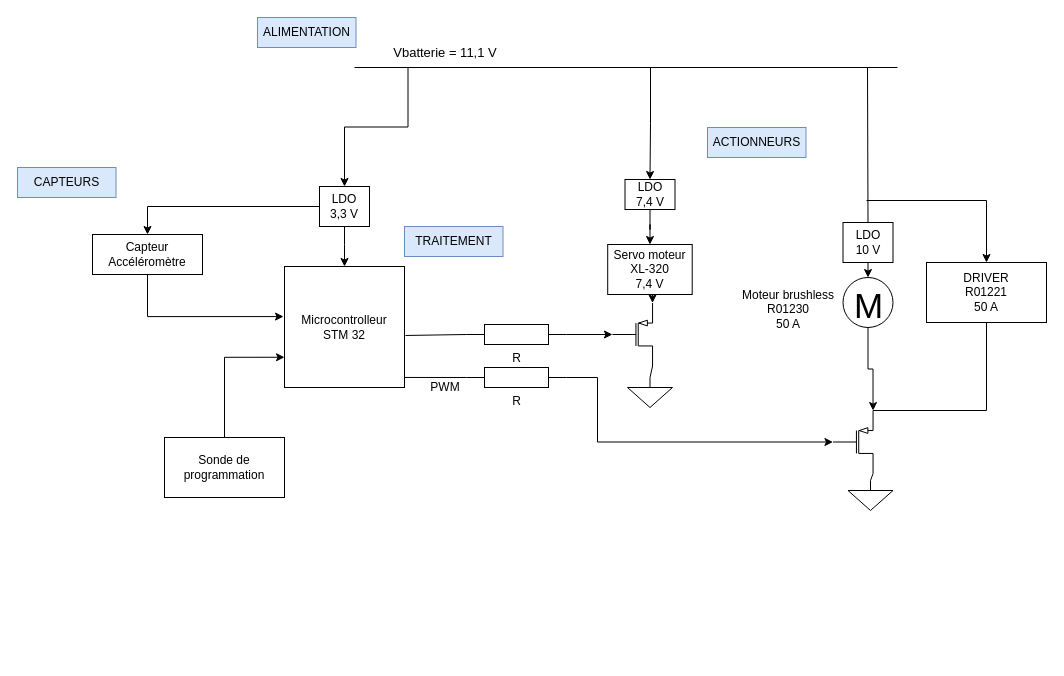
This is Hardware/Schéma Hardaware.drawio from RayenENSEA/DRAGSTER, a draw.io file, before an edit. Source tidied: cells renumbered, new cells numbered last; positions are measured from the earlier drawing's top-left corner, leaving out a move shared by most shapes. Both pictures are drawn from the tidied source at 100%, with x=0, y=0 at pixel (17, 17).
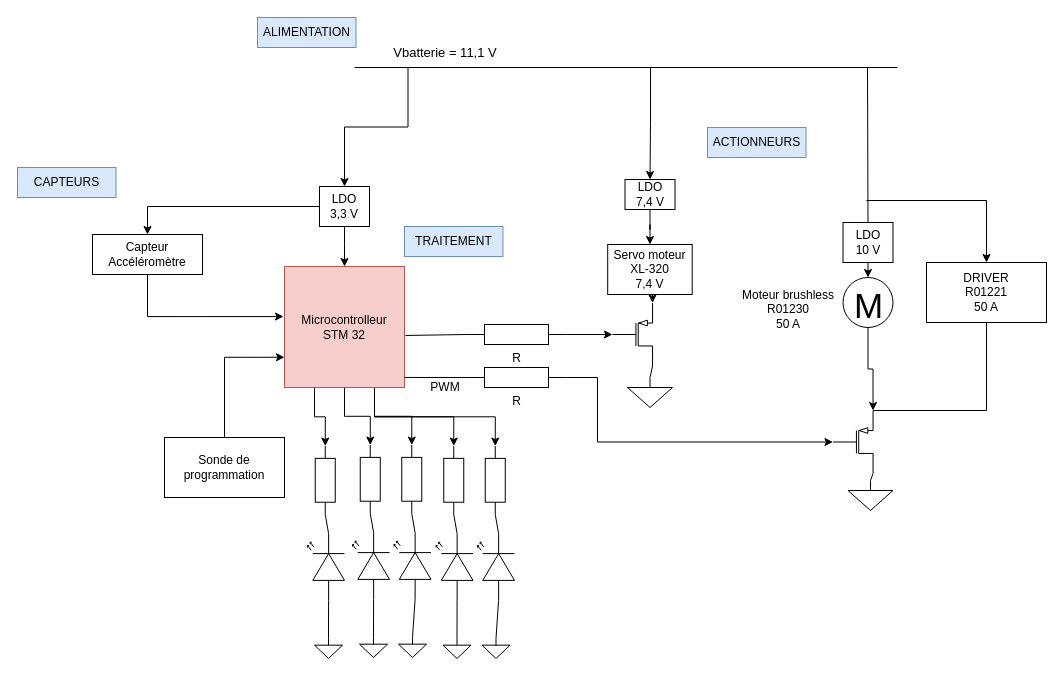
The same diagram, later.

Commit message:
Mettre à jour Schéma Hardaware.drawio

The edit, as a diff of the source:
```diff
@@
+    <mxCell id="44" style="edgeStyle=orthogonalEdgeStyle;rounded=0;jettySize=auto;html=1;entryX=0;entryY=0.5;entryDx=0;entryDy=0;entryPerimeter=0;" parent="1" edge="1" source="8" target="51">
+      <mxGeometry relative="1" as="geometry" />
+    </mxCell>
+    <mxCell id="45" style="edgeStyle=orthogonalEdgeStyle;rounded=0;jettySize=auto;html=1;exitX=0.75;exitY=1;exitDx=0;exitDy=0;entryX=0;entryY=0.5;entryDx=0;entryDy=0;entryPerimeter=0;" parent="1" edge="1" source="8" target="52">
+      <mxGeometry relative="1" as="geometry" />
+    </mxCell>
+    <mxCell id="46" style="edgeStyle=orthogonalEdgeStyle;rounded=0;jettySize=auto;html=1;exitX=0.25;exitY=1;exitDx=0;exitDy=0;entryX=0;entryY=0.5;entryDx=0;entryDy=0;entryPerimeter=0;" parent="1" edge="1" source="8" target="70">
+      <mxGeometry relative="1" as="geometry" />
+    </mxCell>
+    <mxCell id="47" style="edgeStyle=orthogonalEdgeStyle;rounded=0;jettySize=auto;html=1;exitX=0.75;exitY=1;exitDx=0;exitDy=0;entryX=0;entryY=0.5;entryDx=0;entryDy=0;entryPerimeter=0;" parent="1" edge="1" source="8" target="61">
+      <mxGeometry relative="1" as="geometry" />
+    </mxCell>
+    <mxCell id="48" style="edgeStyle=orthogonalEdgeStyle;rounded=0;jettySize=auto;html=1;exitX=0.75;exitY=1;exitDx=0;exitDy=0;entryX=0;entryY=0.5;entryDx=0;entryDy=0;entryPerimeter=0;" parent="1" edge="1" source="8" target="62">
+      <mxGeometry relative="1" as="geometry" />
+    </mxCell>
-    <mxCell id="8" value="Microcontrolleur&lt;br&gt;STM 32" style="rounded=0;whiteSpace=wrap;html=1;" parent="1" vertex="1">
+    <mxCell id="8" value="Microcontrolleur&lt;br&gt;STM 32" style="rounded=0;whiteSpace=wrap;html=1;fillColor=#f8cecc;strokeColor=#b85450;" parent="1" vertex="1">
       <mxGeometry x="267" y="249" width="120" height="121" as="geometry" />
     </mxCell>
@@
+    <mxCell id="49" style="verticalLabelPosition=bottom;shadow=0;dashed=0;align=center;html=1;verticalAlign=top;shape=mxgraph.electrical.opto_electronics.led_2;rotation=-90;" parent="1" vertex="1">
+      <mxGeometry x="320" y="530" width="67" height="37" as="geometry" />
+    </mxCell>
+    <mxCell id="50" style="verticalLabelPosition=bottom;shadow=0;dashed=0;align=center;html=1;verticalAlign=top;shape=mxgraph.electrical.opto_electronics.led_2;rotation=-90;" parent="1" vertex="1">
+      <mxGeometry x="361.5" y="530" width="67" height="37" as="geometry" />
+    </mxCell>
+    <mxCell id="51" style="verticalLabelPosition=bottom;shadow=0;dashed=0;align=center;html=1;verticalAlign=top;shape=mxgraph.electrical.resistors.resistor_1;rotation=90;" parent="1" vertex="1">
+      <mxGeometry x="318.5" y="451.8" width="68.5" height="20" as="geometry" />
+    </mxCell>
+    <mxCell id="52" style="verticalLabelPosition=bottom;shadow=0;dashed=0;align=center;html=1;verticalAlign=top;shape=mxgraph.electrical.resistors.resistor_1;rotation=90;" parent="1" vertex="1">
+      <mxGeometry x="360" y="451.8" width="68.5" height="20" as="geometry" />
+    </mxCell>
+    <mxCell id="53" style="verticalLabelPosition=bottom;shadow=0;dashed=0;align=center;html=1;verticalAlign=top;shape=mxgraph.electrical.signal_sources.signal_ground;" parent="1" vertex="1">
+      <mxGeometry x="342" y="620" width="28" height="20" as="geometry" />
+    </mxCell>
+    <mxCell id="54" style="verticalLabelPosition=bottom;shadow=0;dashed=0;align=center;html=1;verticalAlign=top;shape=mxgraph.electrical.signal_sources.signal_ground;" parent="1" vertex="1">
+      <mxGeometry x="381" y="620" width="28" height="20" as="geometry" />
+    </mxCell>
+    <mxCell id="55" style="endArrow=none;html=1;rounded=0;exitX=1;exitY=0.57;exitDx=0;exitDy=0;exitPerimeter=0;entryX=1;entryY=0.5;entryDx=0;entryDy=0;entryPerimeter=0;" parent="1" edge="1" source="50" target="52">
+      <mxGeometry relative="1" as="geometry" />
+    </mxCell>
+    <mxCell id="56" style="endArrow=none;html=1;rounded=0;exitX=1;exitY=0.57;exitDx=0;exitDy=0;exitPerimeter=0;entryX=1;entryY=0.5;entryDx=0;entryDy=0;entryPerimeter=0;" parent="1" edge="1" source="49" target="51">
+      <mxGeometry relative="1" as="geometry" />
+    </mxCell>
+    <mxCell id="57" style="endArrow=none;html=1;rounded=0;exitX=0.5;exitY=0;exitDx=0;exitDy=0;exitPerimeter=0;entryX=0;entryY=0.57;entryDx=0;entryDy=0;entryPerimeter=0;" parent="1" edge="1" source="54" target="50">
+      <mxGeometry relative="1" as="geometry" />
+    </mxCell>
+    <mxCell id="58" style="endArrow=none;html=1;rounded=0;exitX=0.5;exitY=0;exitDx=0;exitDy=0;exitPerimeter=0;entryX=0;entryY=0.57;entryDx=0;entryDy=0;entryPerimeter=0;" parent="1" edge="1" source="53" target="49">
+      <mxGeometry relative="1" as="geometry" />
+    </mxCell>
+    <mxCell id="59" style="verticalLabelPosition=bottom;shadow=0;dashed=0;align=center;html=1;verticalAlign=top;shape=mxgraph.electrical.opto_electronics.led_2;rotation=-90;" parent="1" vertex="1">
+      <mxGeometry x="403.5" y="531" width="67" height="37" as="geometry" />
+    </mxCell>
+    <mxCell id="60" style="verticalLabelPosition=bottom;shadow=0;dashed=0;align=center;html=1;verticalAlign=top;shape=mxgraph.electrical.opto_electronics.led_2;rotation=-90;" parent="1" vertex="1">
+      <mxGeometry x="445" y="531" width="67" height="37" as="geometry" />
+    </mxCell>
+    <mxCell id="61" style="verticalLabelPosition=bottom;shadow=0;dashed=0;align=center;html=1;verticalAlign=top;shape=mxgraph.electrical.resistors.resistor_1;rotation=90;" parent="1" vertex="1">
+      <mxGeometry x="402" y="452.8" width="68.5" height="20" as="geometry" />
+    </mxCell>
+    <mxCell id="62" style="verticalLabelPosition=bottom;shadow=0;dashed=0;align=center;html=1;verticalAlign=top;shape=mxgraph.electrical.resistors.resistor_1;rotation=90;" parent="1" vertex="1">
+      <mxGeometry x="443.5" y="452.8" width="68.5" height="20" as="geometry" />
+    </mxCell>
+    <mxCell id="63" style="verticalLabelPosition=bottom;shadow=0;dashed=0;align=center;html=1;verticalAlign=top;shape=mxgraph.electrical.signal_sources.signal_ground;" parent="1" vertex="1">
+      <mxGeometry x="425.5" y="621" width="28" height="20" as="geometry" />
+    </mxCell>
+    <mxCell id="64" style="verticalLabelPosition=bottom;shadow=0;dashed=0;align=center;html=1;verticalAlign=top;shape=mxgraph.electrical.signal_sources.signal_ground;" parent="1" vertex="1">
+      <mxGeometry x="464.5" y="621" width="28" height="20" as="geometry" />
+    </mxCell>
+    <mxCell id="65" style="endArrow=none;html=1;rounded=0;exitX=1;exitY=0.57;exitDx=0;exitDy=0;exitPerimeter=0;entryX=1;entryY=0.5;entryDx=0;entryDy=0;entryPerimeter=0;" parent="1" edge="1" source="60" target="62">
+      <mxGeometry relative="1" as="geometry" />
+    </mxCell>
+    <mxCell id="66" style="endArrow=none;html=1;rounded=0;exitX=1;exitY=0.57;exitDx=0;exitDy=0;exitPerimeter=0;entryX=1;entryY=0.5;entryDx=0;entryDy=0;entryPerimeter=0;" parent="1" edge="1" source="59" target="61">
+      <mxGeometry relative="1" as="geometry" />
+    </mxCell>
+    <mxCell id="67" style="endArrow=none;html=1;rounded=0;exitX=0.5;exitY=0;exitDx=0;exitDy=0;exitPerimeter=0;entryX=0;entryY=0.57;entryDx=0;entryDy=0;entryPerimeter=0;" parent="1" edge="1" source="64" target="60">
+      <mxGeometry relative="1" as="geometry" />
+    </mxCell>
+    <mxCell id="68" style="endArrow=none;html=1;rounded=0;exitX=0.5;exitY=0;exitDx=0;exitDy=0;exitPerimeter=0;entryX=0;entryY=0.57;entryDx=0;entryDy=0;entryPerimeter=0;" parent="1" edge="1" source="63" target="59">
+      <mxGeometry relative="1" as="geometry" />
+    </mxCell>
+    <mxCell id="69" style="verticalLabelPosition=bottom;shadow=0;dashed=0;align=center;html=1;verticalAlign=top;shape=mxgraph.electrical.opto_electronics.led_2;rotation=-90;" parent="1" vertex="1">
+      <mxGeometry x="275" y="531" width="67" height="37" as="geometry" />
+    </mxCell>
+    <mxCell id="70" style="verticalLabelPosition=bottom;shadow=0;dashed=0;align=center;html=1;verticalAlign=top;shape=mxgraph.electrical.resistors.resistor_1;rotation=90;" parent="1" vertex="1">
+      <mxGeometry x="273.5" y="452.8" width="68.5" height="20" as="geometry" />
+    </mxCell>
+    <mxCell id="71" style="verticalLabelPosition=bottom;shadow=0;dashed=0;align=center;html=1;verticalAlign=top;shape=mxgraph.electrical.signal_sources.signal_ground;" parent="1" vertex="1">
+      <mxGeometry x="297" y="621" width="28" height="20" as="geometry" />
+    </mxCell>
+    <mxCell id="72" style="endArrow=none;html=1;rounded=0;exitX=1;exitY=0.57;exitDx=0;exitDy=0;exitPerimeter=0;entryX=1;entryY=0.5;entryDx=0;entryDy=0;entryPerimeter=0;" parent="1" edge="1" source="69" target="70">
+      <mxGeometry relative="1" as="geometry" />
+    </mxCell>
+    <mxCell id="73" style="endArrow=none;html=1;rounded=0;exitX=0.5;exitY=0;exitDx=0;exitDy=0;exitPerimeter=0;entryX=0;entryY=0.57;entryDx=0;entryDy=0;entryPerimeter=0;" parent="1" edge="1" source="71" target="69">
+      <mxGeometry relative="1" as="geometry" />
+    </mxCell>
```
